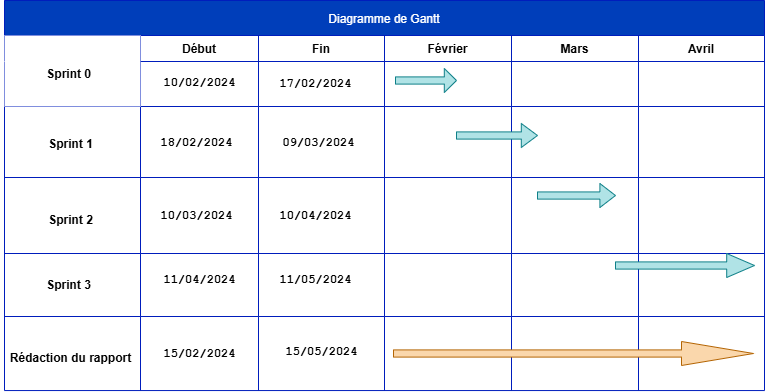
This is Diagramme de gantt.drawio.png from chirine1/-project, a draw.io export, as it was before one commit. Source tidied: cells renumbered, new cells last; positions are measured from the earlier drawing's top-left corner, leaving out a move shared by most shapes.
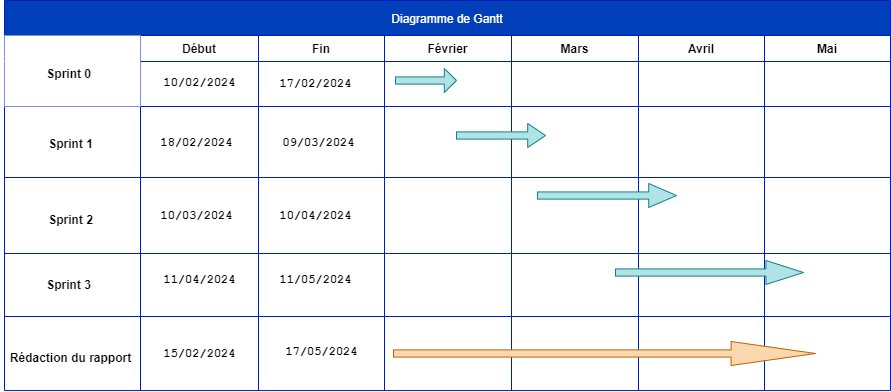
Above is the later version.

Commit message:
Mettre à jour Diagramme de gantt.drawio.png

Diff of the diagram source:
```diff
@@ -3,10 +3,10 @@
     <mxCell id="0" />
     <mxCell id="1" parent="0" />
     <mxCell id="2" value="Diagramme de Gantt" style="shape=table;startSize=35;verticalAlign=middle;fillColor=#003EBA;strokeColor=#001DBC;fontColor=#ffffff;" parent="1" vertex="1">
-      <mxGeometry x="4" width="760" height="390" as="geometry" />
+      <mxGeometry x="4" width="886" height="390" as="geometry" />
     </mxCell>
     <mxCell id="3" style="shape=tableRow;horizontal=0;swimlaneHead=0;swimlaneBody=0;top=0;left=0;strokeColor=inherit;bottom=0;right=0;fontStyle=0;fillColor=none;startSize=0;" parent="2" vertex="1">
-      <mxGeometry y="35" width="760" height="71" as="geometry" />
+      <mxGeometry y="35" width="886" height="71" as="geometry" />
     </mxCell>
     <mxCell id="4" style="swimlane;swimlaneHead=0;swimlaneBody=0;fontStyle=0;strokeColor=inherit;fillColor=default;startSize=26;swimlaneFillColor=default;swimlaneLine=0;" parent="3" vertex="1">
       <mxGeometry width="136" height="71" as="geometry" />
@@ -38,8 +38,11 @@
     <mxCell id="13" value="Avril" style="swimlane;swimlaneHead=0;swimlaneBody=0;fontStyle=1;strokeColor=inherit;fillColor=none;startSize=26;" parent="3" vertex="1">
       <mxGeometry x="634" width="126" height="71" as="geometry" />
     </mxCell>
+    <mxCell id="58" value="Mai" style="swimlane;swimlaneHead=0;swimlaneBody=0;fontStyle=1;strokeColor=inherit;fillColor=none;startSize=26;" parent="3" vertex="1">
+      <mxGeometry x="760" width="126" height="71" as="geometry" />
+    </mxCell>
     <mxCell id="14" style="shape=tableRow;horizontal=0;swimlaneHead=0;swimlaneBody=0;top=0;left=0;strokeColor=inherit;bottom=0;right=0;fontStyle=0;fillColor=none;startSize=0;" parent="2" vertex="1">
-      <mxGeometry y="106" width="760" height="71" as="geometry" />
+      <mxGeometry y="106" width="886" height="71" as="geometry" />
     </mxCell>
     <mxCell id="15" style="swimlane;swimlaneHead=0;swimlaneBody=0;fontStyle=0;strokeColor=inherit;fillColor=none;startSize=0;" parent="14" vertex="1">
       <mxGeometry width="136" height="71" as="geometry" />
@@ -60,7 +63,7 @@
       <mxGeometry x="380" width="127" height="71" as="geometry" />
     </mxCell>
     <mxCell id="21" style="shape=singleArrow;whiteSpace=wrap;html=1;fillColor=#b0e3e6;strokeColor=#0e8088;" parent="20" vertex="1">
-      <mxGeometry x="72" y="17" width="81" height="24" as="geometry" />
+      <mxGeometry x="72" y="17" width="89" height="24" as="geometry" />
     </mxCell>
     <mxCell id="22" style="swimlane;swimlaneHead=0;swimlaneBody=0;fontStyle=0;strokeColor=inherit;fillColor=none;startSize=0;swimlaneLine=1;" parent="14" vertex="1">
       <mxGeometry x="507" width="127" height="71" as="geometry" />
@@ -68,8 +71,11 @@
     <mxCell id="23" style="swimlane;swimlaneHead=0;swimlaneBody=0;fontStyle=0;strokeColor=inherit;fillColor=none;startSize=0;swimlaneLine=1;" parent="14" vertex="1">
       <mxGeometry x="634" width="126" height="71" as="geometry" />
     </mxCell>
+    <mxCell id="59" style="swimlane;swimlaneHead=0;swimlaneBody=0;fontStyle=0;strokeColor=inherit;fillColor=none;startSize=0;swimlaneLine=1;" parent="14" vertex="1">
+      <mxGeometry x="760" width="126" height="71" as="geometry" />
+    </mxCell>
     <mxCell id="24" style="shape=tableRow;horizontal=0;swimlaneHead=0;swimlaneBody=0;top=0;left=0;strokeColor=inherit;bottom=0;right=0;fontStyle=0;fillColor=none;startSize=0;" parent="2" vertex="1">
-      <mxGeometry y="177" width="760" height="76" as="geometry" />
+      <mxGeometry y="177" width="886" height="76" as="geometry" />
     </mxCell>
     <mxCell id="25" style="swimlane;swimlaneHead=0;swimlaneBody=0;fontStyle=0;strokeColor=inherit;fillColor=none;startSize=0;" parent="24" vertex="1">
       <mxGeometry width="136" height="76" as="geometry" />
@@ -96,13 +102,16 @@
       <mxGeometry x="507" width="127" height="76" as="geometry" />
     </mxCell>
     <mxCell id="33" style="shape=singleArrow;whiteSpace=wrap;html=1;fillColor=#b0e3e6;strokeColor=#0e8088;" parent="32" vertex="1">
-      <mxGeometry x="26" y="6" width="78" height="24" as="geometry" />
+      <mxGeometry x="26" y="6" width="139" height="24" as="geometry" />
     </mxCell>
     <mxCell id="34" style="swimlane;swimlaneHead=0;swimlaneBody=0;fontStyle=0;strokeColor=inherit;fillColor=none;startSize=0;" parent="24" vertex="1">
       <mxGeometry x="634" width="126" height="76" as="geometry" />
     </mxCell>
+    <mxCell id="60" style="swimlane;swimlaneHead=0;swimlaneBody=0;fontStyle=0;strokeColor=inherit;fillColor=none;startSize=0;" parent="24" vertex="1">
+      <mxGeometry x="760" width="126" height="76" as="geometry" />
+    </mxCell>
     <mxCell id="35" style="shape=tableRow;horizontal=0;swimlaneHead=0;swimlaneBody=0;top=0;left=0;strokeColor=inherit;bottom=0;right=0;fontStyle=0;fillColor=none;startSize=0;" parent="2" vertex="1">
-      <mxGeometry y="253" width="760" height="63" as="geometry" />
+      <mxGeometry y="253" width="886" height="63" as="geometry" />
     </mxCell>
     <mxCell id="36" style="swimlane;swimlaneHead=0;swimlaneBody=0;fontStyle=0;strokeColor=inherit;fillColor=none;startSize=0;" parent="35" vertex="1">
       <mxGeometry width="136" height="63" as="geometry" />
@@ -132,10 +141,13 @@
       <mxGeometry x="634" width="126" height="63" as="geometry" />
     </mxCell>
     <mxCell id="45" style="shape=singleArrow;whiteSpace=wrap;html=1;fillColor=#b0e3e6;strokeColor=#0e8088;" parent="44" vertex="1">
-      <mxGeometry x="-23" width="139" height="24" as="geometry" />
+      <mxGeometry x="-23" y="7" width="188" height="24" as="geometry" />
     </mxCell>
+    <mxCell id="61" style="swimlane;swimlaneHead=0;swimlaneBody=0;fontStyle=0;strokeColor=inherit;fillColor=none;startSize=0;" parent="35" vertex="1">
+      <mxGeometry x="760" width="126" height="63" as="geometry" />
+    </mxCell>
     <mxCell id="46" style="shape=tableRow;horizontal=0;swimlaneHead=0;swimlaneBody=0;top=0;left=0;strokeColor=inherit;bottom=0;right=0;fontStyle=0;fillColor=none;startSize=0;" parent="2" vertex="1">
-      <mxGeometry y="316" width="760" height="74" as="geometry" />
+      <mxGeometry y="316" width="886" height="74" as="geometry" />
     </mxCell>
     <mxCell id="47" style="swimlane;swimlaneHead=0;swimlaneBody=0;fontStyle=0;strokeColor=inherit;fillColor=none;startSize=0;" parent="46" vertex="1">
       <mxGeometry width="136" height="74" as="geometry" />
@@ -152,14 +164,14 @@
     <mxCell id="51" style="swimlane;swimlaneHead=0;swimlaneBody=0;fontStyle=0;strokeColor=inherit;fillColor=none;startSize=0;" parent="46" vertex="1">
       <mxGeometry x="254" width="126" height="74" as="geometry" />
     </mxCell>
-    <mxCell id="52" value="&lt;font face=&quot;Courier New&quot;&gt;&lt;b&gt;15/05/2024&lt;/b&gt;&lt;/font&gt;" style="text;html=1;align=center;verticalAlign=middle;strokeColor=none;fillColor=none;" parent="51" vertex="1">
+    <mxCell id="52" value="&lt;font face=&quot;Courier New&quot;&gt;&lt;b&gt;17/05/2024&lt;/b&gt;&lt;/font&gt;" style="text;html=1;align=center;verticalAlign=middle;strokeColor=none;fillColor=none;" parent="51" vertex="1">
       <mxGeometry x="18" y="21" width="90" height="28" as="geometry" />
     </mxCell>
     <mxCell id="53" style="swimlane;swimlaneHead=0;swimlaneBody=0;fontStyle=0;strokeColor=inherit;fillColor=none;startSize=0;" parent="46" vertex="1">
       <mxGeometry x="380" width="127" height="74" as="geometry" />
     </mxCell>
     <mxCell id="54" style="shape=singleArrow;whiteSpace=wrap;html=1;fillColor=#fad7ac;strokeColor=#b46504;" parent="53" vertex="1">
-      <mxGeometry x="9" y="25" width="360" height="24" as="geometry" />
+      <mxGeometry x="9" y="25" width="422" height="24" as="geometry" />
     </mxCell>
     <mxCell id="55" style="swimlane;swimlaneHead=0;swimlaneBody=0;fontStyle=0;strokeColor=inherit;fillColor=none;startSize=0;" parent="46" vertex="1">
       <mxGeometry x="507" width="127" height="74" as="geometry" />
@@ -167,6 +179,9 @@
     <mxCell id="56" style="swimlane;swimlaneHead=0;swimlaneBody=0;fontStyle=0;strokeColor=inherit;fillColor=none;startSize=0;" parent="46" vertex="1">
       <mxGeometry x="634" width="126" height="74" as="geometry" />
     </mxCell>
+    <mxCell id="62" style="swimlane;swimlaneHead=0;swimlaneBody=0;fontStyle=0;strokeColor=inherit;fillColor=none;startSize=0;" parent="46" vertex="1">
+      <mxGeometry x="760" width="126" height="74" as="geometry" />
+    </mxCell>
     <mxCell id="57" value="&lt;font face=&quot;Courier New&quot;&gt;&lt;b&gt;18/02/2024&lt;/b&gt;&lt;/font&gt;" style="text;html=1;align=center;verticalAlign=middle;strokeColor=none;fillColor=none;" parent="1" vertex="1">
       <mxGeometry x="151" y="128" width="90" height="28" as="geometry" />
     </mxCell>
```
